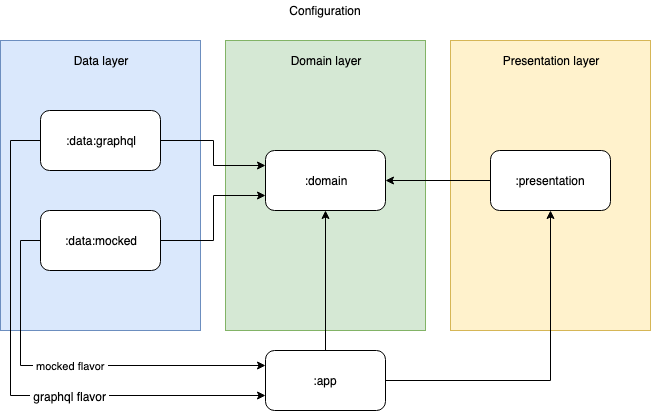
Before: images/architecture.png, a diagram exported from draw.io (mateuszkwiecinski/github_browser). Source tidied: cells renumbered, new cells last; positions are measured from the earlier drawing's top-left corner, leaving out a move shared by most shapes. Source of this version:
```xml
<mxGraphModel>
  <root>
    <mxCell id="0" />
    <mxCell id="1" parent="0" />
    <mxCell id="2" style="whiteSpace=wrap;html=1;fillColor=#fff2cc;strokeColor=#d6b656;" parent="1" vertex="1">
      <mxGeometry x="450" y="40" width="200" height="290" as="geometry" />
    </mxCell>
    <mxCell id="3" style="whiteSpace=wrap;html=1;fillColor=#d5e8d4;strokeColor=#82b366;" parent="1" vertex="1">
      <mxGeometry x="225" y="40" width="200" height="290" as="geometry" />
    </mxCell>
    <mxCell id="4" style="whiteSpace=wrap;html=1;fillColor=#dae8fc;strokeColor=#6c8ebf;" parent="1" vertex="1">
      <mxGeometry y="40" width="200" height="290" as="geometry" />
    </mxCell>
    <mxCell id="5" style="edgeStyle=orthogonalEdgeStyle;rounded=0;jettySize=auto;html=1;exitX=0;exitY=0.5;exitDx=0;exitDy=0;entryX=1;entryY=0.5;entryDx=0;entryDy=0;" parent="1" edge="1" source="6" target="7">
      <mxGeometry relative="1" as="geometry" />
    </mxCell>
    <mxCell id="6" value=":presentation" style="rounded=1;whiteSpace=wrap;html=1;" parent="1" vertex="1">
      <mxGeometry x="490" y="150" width="120" height="60" as="geometry" />
    </mxCell>
    <mxCell id="7" value=":domain" style="rounded=1;whiteSpace=wrap;html=1;" parent="1" vertex="1">
      <mxGeometry x="265" y="150" width="120" height="60" as="geometry" />
    </mxCell>
    <mxCell id="8" style="edgeStyle=orthogonalEdgeStyle;rounded=0;jettySize=auto;html=1;exitX=1;exitY=0.5;exitDx=0;exitDy=0;entryX=0;entryY=0.25;entryDx=0;entryDy=0;" parent="1" edge="1" source="11" target="7">
      <mxGeometry relative="1" as="geometry" />
    </mxCell>
    <mxCell id="9" style="edgeStyle=orthogonalEdgeStyle;rounded=0;jettySize=auto;html=1;exitX=0;exitY=0.5;exitDx=0;exitDy=0;entryX=0;entryY=0.75;entryDx=0;entryDy=0;" parent="1" edge="1" source="11" target="17">
      <mxGeometry relative="1" as="geometry">
        <Array as="points">
          <mxPoint x="10" y="140" />
          <mxPoint x="10" y="395" />
        </Array>
      </mxGeometry>
    </mxCell>
    <mxCell id="10" value="&amp;nbsp;graphql flavor&amp;nbsp;" style="text;html=1;align=center;verticalAlign=middle;labelBackgroundColor=#ffffff;" parent="9" vertex="1">
      <mxGeometry x="0.27" relative="1" as="geometry" />
    </mxCell>
    <mxCell id="11" value=":data:graphql" style="rounded=1;whiteSpace=wrap;html=1;" parent="1" vertex="1">
      <mxGeometry x="40" y="110" width="120" height="60" as="geometry" />
    </mxCell>
    <mxCell id="12" style="edgeStyle=orthogonalEdgeStyle;rounded=0;jettySize=auto;html=1;exitX=1;exitY=0.5;exitDx=0;exitDy=0;entryX=0;entryY=0.75;entryDx=0;entryDy=0;" parent="1" edge="1" source="14" target="7">
      <mxGeometry relative="1" as="geometry" />
    </mxCell>
    <mxCell id="13" value="&amp;nbsp;mocked flavor&amp;nbsp;" style="edgeStyle=orthogonalEdgeStyle;rounded=0;jettySize=auto;html=1;exitX=0;exitY=0.5;exitDx=0;exitDy=0;entryX=0;entryY=0.25;entryDx=0;entryDy=0;" parent="1" edge="1" source="14" target="17">
      <mxGeometry relative="1" as="geometry">
        <Array as="points">
          <mxPoint x="20" y="240" />
          <mxPoint x="20" y="365" />
        </Array>
      </mxGeometry>
    </mxCell>
    <mxCell id="14" value=":data:mocked" style="rounded=1;whiteSpace=wrap;html=1;" parent="1" vertex="1">
      <mxGeometry x="40" y="210" width="120" height="60" as="geometry" />
    </mxCell>
    <mxCell id="15" style="edgeStyle=orthogonalEdgeStyle;rounded=0;jettySize=auto;html=1;exitX=1;exitY=0.5;exitDx=0;exitDy=0;entryX=0.5;entryY=1;entryDx=0;entryDy=0;" parent="1" edge="1" source="17" target="6">
      <mxGeometry relative="1" as="geometry" />
    </mxCell>
    <mxCell id="16" style="edgeStyle=orthogonalEdgeStyle;rounded=0;jettySize=auto;html=1;exitX=0.5;exitY=0;exitDx=0;exitDy=0;entryX=0.5;entryY=1;entryDx=0;entryDy=0;" parent="1" edge="1" source="17" target="7">
      <mxGeometry relative="1" as="geometry" />
    </mxCell>
    <mxCell id="17" value=":app&lt;br&gt;" style="rounded=1;whiteSpace=wrap;html=1;" parent="1" vertex="1">
      <mxGeometry x="265" y="350" width="120" height="60" as="geometry" />
    </mxCell>
    <mxCell id="18" value="Data layer" style="text;html=1;strokeColor=none;fillColor=none;align=center;verticalAlign=middle;whiteSpace=wrap;rounded=0;" parent="1" vertex="1">
      <mxGeometry x="65" y="50" width="70" height="20" as="geometry" />
    </mxCell>
    <mxCell id="19" value="Domain layer" style="text;html=1;strokeColor=none;fillColor=none;align=center;verticalAlign=middle;whiteSpace=wrap;rounded=0;" parent="1" vertex="1">
      <mxGeometry x="275" y="50" width="100" height="20" as="geometry" />
    </mxCell>
    <mxCell id="20" value="Presentation layer" style="text;html=1;strokeColor=none;fillColor=none;align=center;verticalAlign=middle;whiteSpace=wrap;rounded=0;" parent="1" vertex="1">
      <mxGeometry x="500" y="50" width="100" height="20" as="geometry" />
    </mxCell>
    <mxCell id="21" value="Configuration" style="text;html=1;strokeColor=none;fillColor=none;align=center;verticalAlign=middle;whiteSpace=wrap;rounded=0;" parent="1" vertex="1">
      <mxGeometry x="305" width="40" height="20" as="geometry" />
    </mxCell>
  </root>
</mxGraphModel>
```
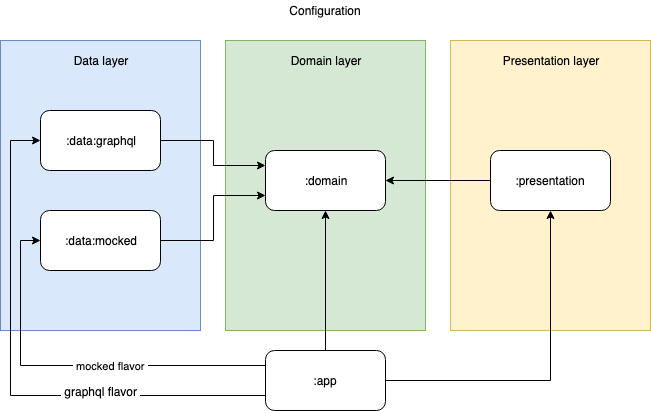
Above is the later version.

Diff of the diagram source:
```diff
@@ -23,16 +23,18 @@
     <mxCell id="8" style="edgeStyle=orthogonalEdgeStyle;rounded=0;jettySize=auto;html=1;exitX=1;exitY=0.5;exitDx=0;exitDy=0;entryX=0;entryY=0.25;entryDx=0;entryDy=0;" parent="1" edge="1" source="11" target="7">
       <mxGeometry relative="1" as="geometry" />
     </mxCell>
-    <mxCell id="9" style="edgeStyle=orthogonalEdgeStyle;rounded=0;jettySize=auto;html=1;exitX=0;exitY=0.5;exitDx=0;exitDy=0;entryX=0;entryY=0.75;entryDx=0;entryDy=0;" parent="1" edge="1" source="11" target="17">
+    <mxCell id="9" style="edgeStyle=orthogonalEdgeStyle;rounded=0;jettySize=auto;html=1;exitX=0;exitY=0.75;exitDx=0;exitDy=0;entryX=0;entryY=0.5;entryDx=0;entryDy=0;" parent="1" edge="1" source="17" target="11">
       <mxGeometry relative="1" as="geometry">
         <Array as="points">
+          <mxPoint x="10" y="395" />
           <mxPoint x="10" y="140" />
-          <mxPoint x="10" y="395" />
         </Array>
       </mxGeometry>
     </mxCell>
     <mxCell id="10" value="&amp;nbsp;graphql flavor&amp;nbsp;" style="text;html=1;align=center;verticalAlign=middle;labelBackgroundColor=#ffffff;" parent="9" vertex="1">
-      <mxGeometry x="0.27" relative="1" as="geometry" />
+      <mxGeometry x="0.27" relative="1" as="geometry">
+        <mxPoint x="90" y="84" as="offset" />
+      </mxGeometry>
     </mxCell>
     <mxCell id="11" value=":data:graphql" style="rounded=1;whiteSpace=wrap;html=1;" parent="1" vertex="1">
       <mxGeometry x="40" y="110" width="120" height="60" as="geometry" />
@@ -40,11 +42,11 @@
     <mxCell id="12" style="edgeStyle=orthogonalEdgeStyle;rounded=0;jettySize=auto;html=1;exitX=1;exitY=0.5;exitDx=0;exitDy=0;entryX=0;entryY=0.75;entryDx=0;entryDy=0;" parent="1" edge="1" source="14" target="7">
       <mxGeometry relative="1" as="geometry" />
     </mxCell>
-    <mxCell id="13" value="&amp;nbsp;mocked flavor&amp;nbsp;" style="edgeStyle=orthogonalEdgeStyle;rounded=0;jettySize=auto;html=1;exitX=0;exitY=0.5;exitDx=0;exitDy=0;entryX=0;entryY=0.25;entryDx=0;entryDy=0;" parent="1" edge="1" source="14" target="17">
-      <mxGeometry relative="1" as="geometry">
+    <mxCell id="13" value="&amp;nbsp;mocked flavor&amp;nbsp;" style="edgeStyle=orthogonalEdgeStyle;rounded=0;jettySize=auto;html=1;exitX=0;exitY=0.25;exitDx=0;exitDy=0;entryX=0;entryY=0.5;entryDx=0;entryDy=0;" parent="1" edge="1" source="17" target="14">
+      <mxGeometry x="-0.21" relative="1" as="geometry">
         <Array as="points">
+          <mxPoint x="20" y="365" />
           <mxPoint x="20" y="240" />
-          <mxPoint x="20" y="365" />
         </Array>
       </mxGeometry>
     </mxCell>
```
